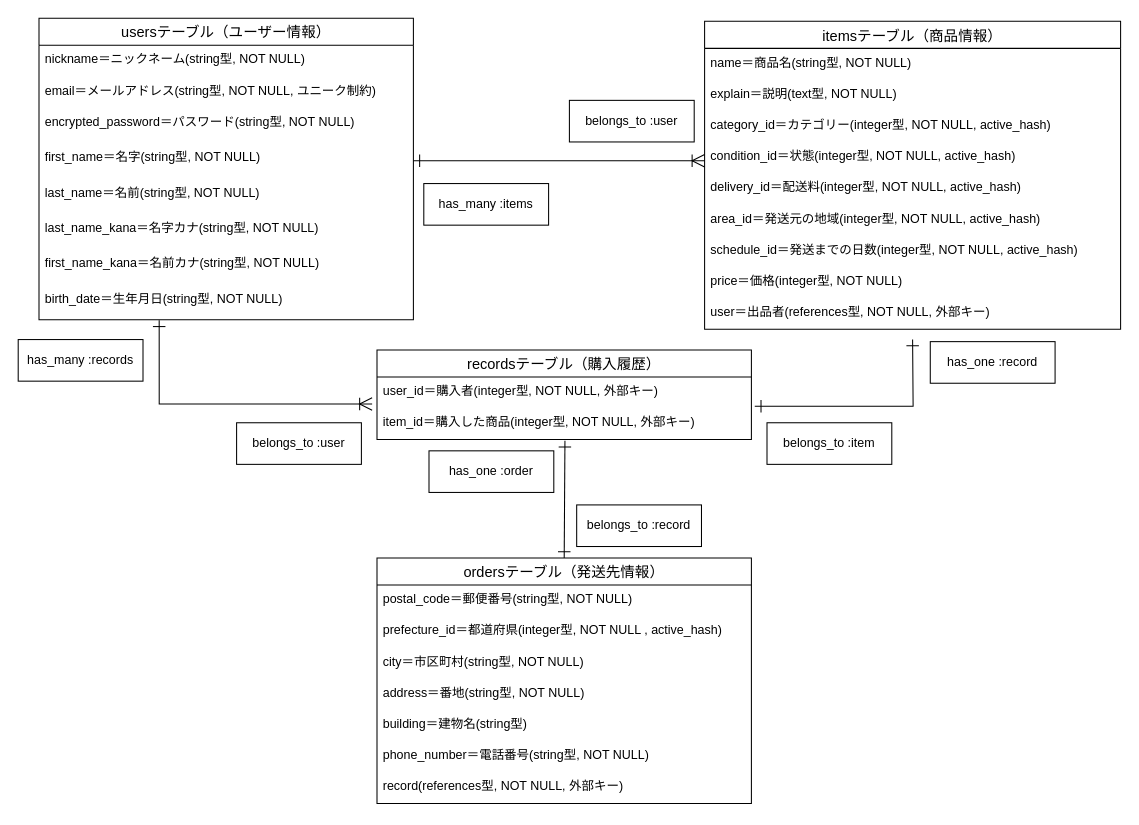
Before: furima.dio in Nannaan/furima-39306, a draw.io diagram. Source tidied: cells renumbered, new cells numbered last; positions are measured from the earlier drawing's top-left corner, leaving out a move shared by most shapes. Both pictures are drawn from the tidied source at 104%, with x=0, y=0 at pixel (18, 18).
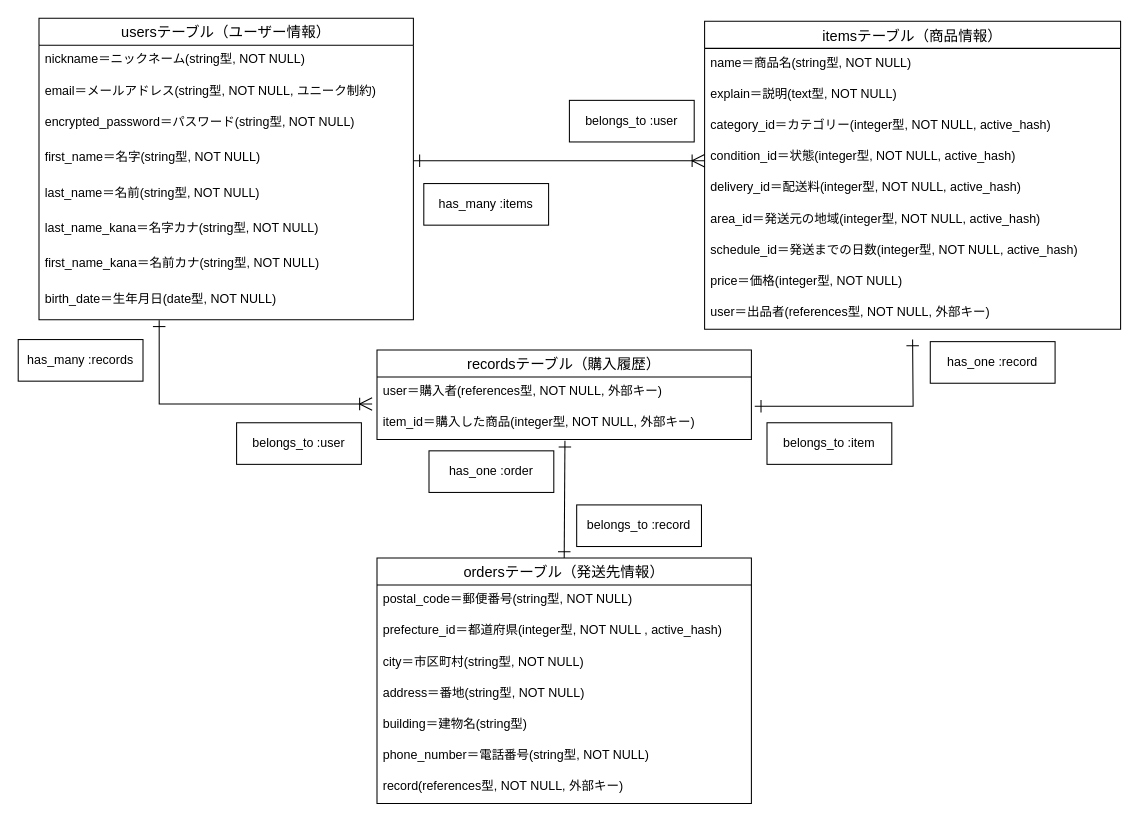
After the change.

The change refers to these unchanged cells:
```xml
<mxCell id="2" value="usersテーブル（ユーザー情報）" style="swimlane;fontStyle=0;horizontal=1;startSize=26;align=center;fontSize=14;spacing=2;labelBackgroundColor=none;" parent="1" vertex="1">
  <mxGeometry x="20" width="360" height="290" as="geometry" />
</mxCell>
<mxCell id="32" value="recordsテーブル（購入履歴）" style="swimlane;fontStyle=0;horizontal=1;startSize=26;align=center;fontSize=14;" parent="1" vertex="1">
  <mxGeometry x="345" y="319" width="360" height="86" as="geometry" />
</mxCell>
```

Change to the diagram source:
```diff
@@
-    <mxCell id="10" value="birth_date＝生年月日(string型, NOT NULL)" style="text;strokeColor=none;fillColor=none;spacingLeft=4;spacingRight=4;overflow=hidden;points=[[0,0.5],[1,0.5]];portConstraint=eastwest;fontSize=12;" parent="2" vertex="1">
+    <mxCell id="10" value="birth_date＝生年月日(date型, NOT NULL)" style="text;strokeColor=none;fillColor=none;spacingLeft=4;spacingRight=4;overflow=hidden;points=[[0,0.5],[1,0.5]];portConstraint=eastwest;fontSize=12;" parent="2" vertex="1">
       <mxGeometry y="256" width="360" height="34" as="geometry" />
     </mxCell>
@@
-    <mxCell id="33" value="user_id＝購入者(integer型, NOT NULL, 外部キー)" style="text;strokeColor=none;fillColor=none;spacingLeft=4;spacingRight=4;overflow=hidden;fontSize=12;" parent="32" vertex="1">
+    <mxCell id="33" value="user＝購入者(references型, NOT NULL, 外部キー)" style="text;strokeColor=none;fillColor=none;spacingLeft=4;spacingRight=4;overflow=hidden;fontSize=12;" parent="32" vertex="1">
       <mxGeometry y="26" width="360" height="30" as="geometry" />
     </mxCell>
```
